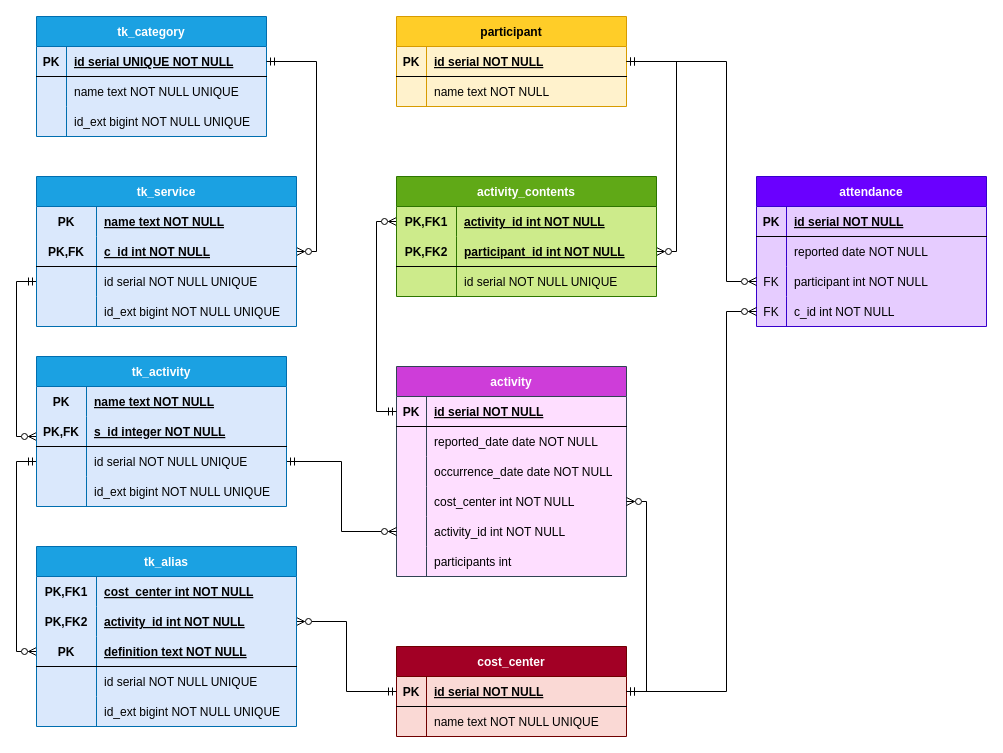
Before: diagram.drawio in maussm/Database, a draw.io diagram. Source tidied: cells renumbered, new cells numbered last; positions are measured from the earlier drawing's top-left corner, leaving out a move shared by most shapes. Both pictures are drawn from the tidied source at 100%, with x=0, y=0 at pixel (36, 16).
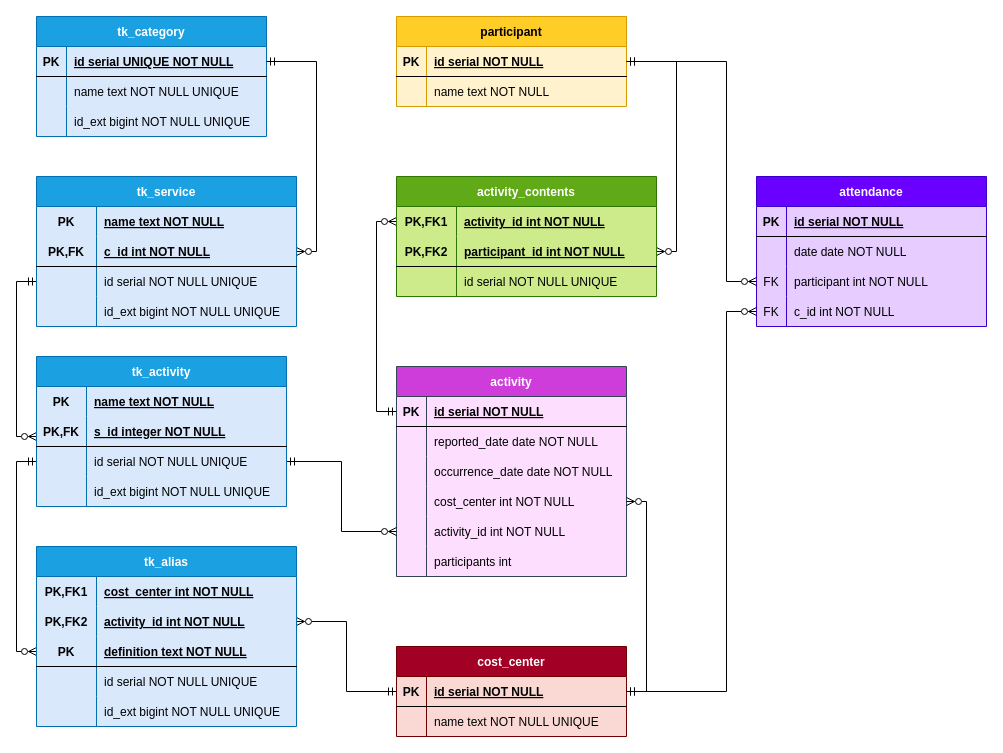
The same page after the edit.

Commit message (it also covers changes not shown here):
Alla filer up-to-date med designen.

The change refers to these unchanged cells:
```xml
<mxCell id="109" style="shape=tableRow;horizontal=0;startSize=0;swimlaneHead=0;swimlaneBody=0;fillColor=none;top=0;left=0;right=0;bottom=0;" parent="105" vertex="1">
  <mxGeometry y="60" width="230" height="30" as="geometry" />
</mxCell>
```

Diff of the diagram source:
```diff
@@
-    <mxCell id="111" value="reported date NOT NULL" style="shape=partialRectangle;fillColor=none;top=0;left=0;bottom=0;right=0;align=left;spacingLeft=6;overflow=hidden;" parent="109" vertex="1">
+    <mxCell id="111" value="date date NOT NULL" style="shape=partialRectangle;fillColor=none;top=0;left=0;bottom=0;right=0;align=left;spacingLeft=6;overflow=hidden;" parent="109" vertex="1">
       <mxGeometry x="30" width="200" height="30" as="geometry" />
     </mxCell>
```
